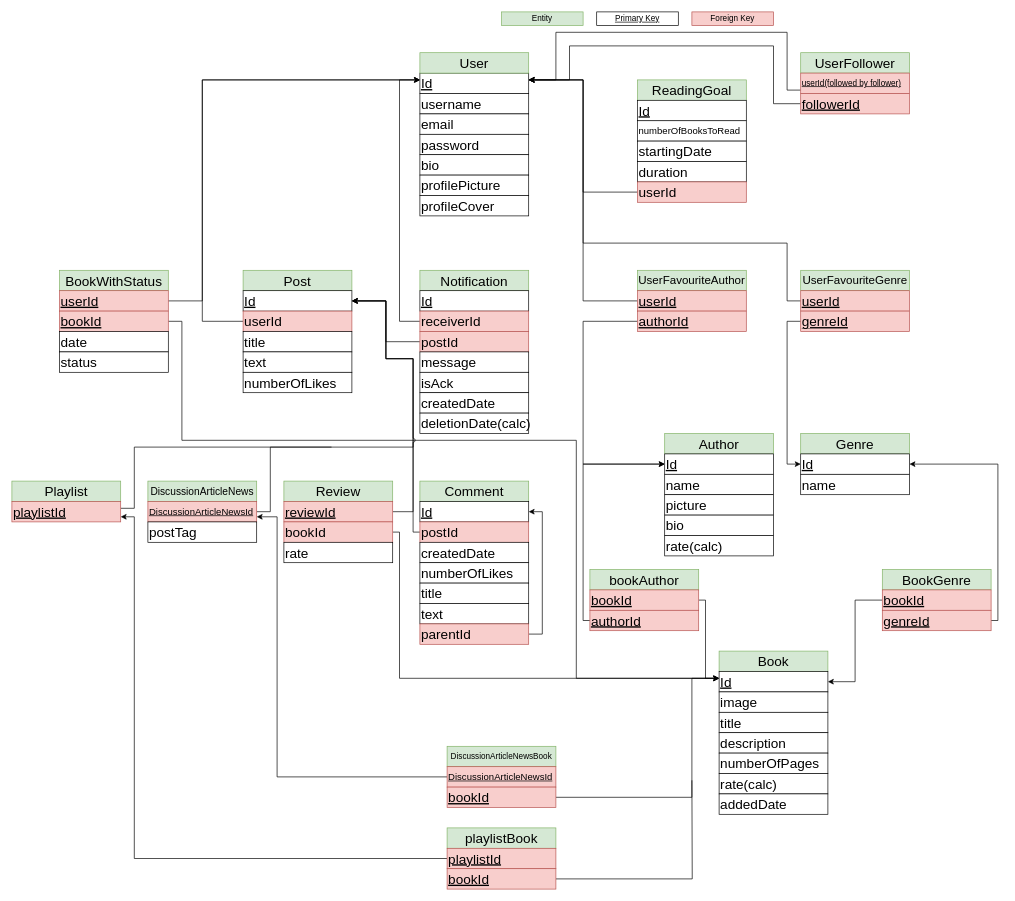
Earlier version of the draw.io diagram page "mapping digaram" (2 of 2) of diagrams.drawio (Yaqra/YaqraApi). Source tidied: cells renumbered, new cells numbered last; positions are measured from the earlier drawing's top-left corner, leaving out a move shared by most shapes. Both pictures are drawn from the tidied source at 68%, with x=0, y=0 at pixel (12, 12).
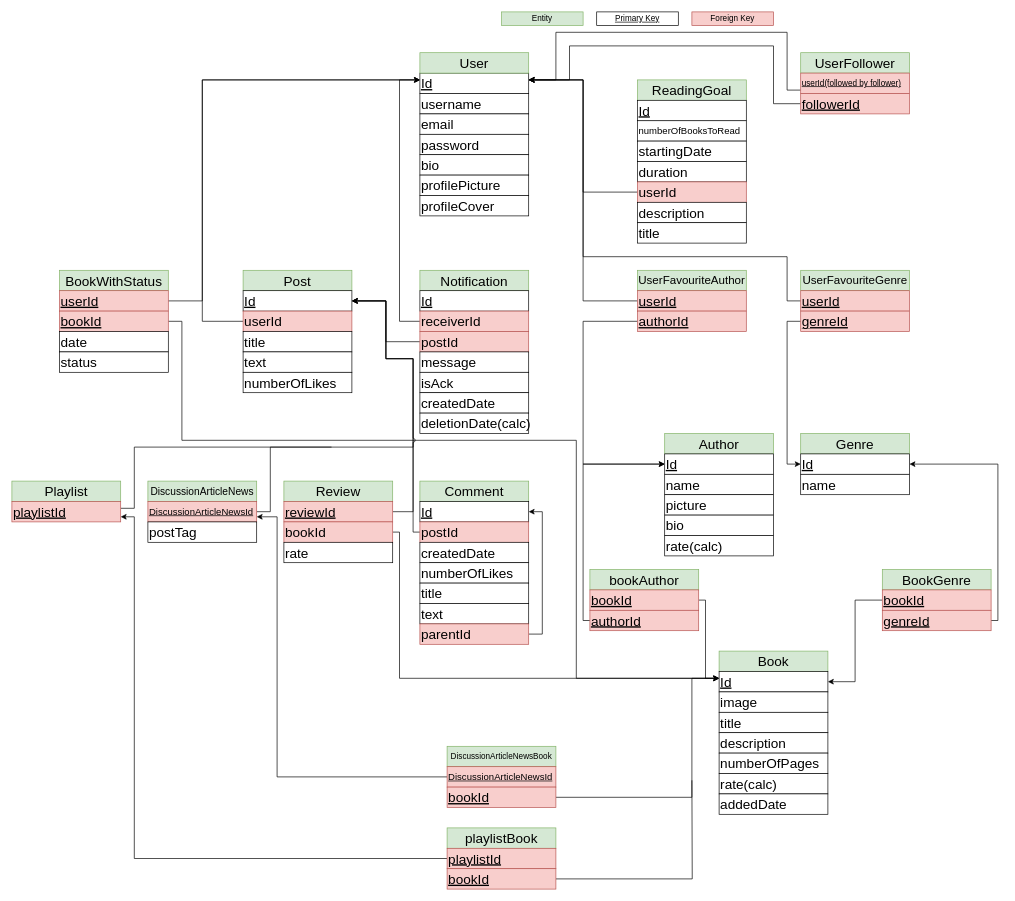
The same page after the edit.

Unchanged cells that the change refers to:
```xml
<mxCell id="60" value="&lt;font style=&quot;font-size: 20px;&quot;&gt;&lt;u&gt;userId&lt;/u&gt;&lt;/font&gt;" style="rounded=0;whiteSpace=wrap;html=1;align=left;fillColor=#f8cecc;strokeColor=#b85450;" parent="1" vertex="1">
  <mxGeometry x="1160" y="410" width="160" height="30" as="geometry" />
</mxCell>
```

Change to the diagram source:
```diff
@@
     <mxCell id="59" style="edgeStyle=orthogonalEdgeStyle;rounded=0;jettySize=auto;html=1;" parent="1" edge="1" source="60">
       <mxGeometry relative="1" as="geometry">
         <mxPoint x="760" y="100" as="targetPoint" />
         <Array as="points">
           <mxPoint x="1140" y="425" />
-          <mxPoint x="1140" y="340" />
-          <mxPoint x="840" y="340" />
+          <mxPoint x="1140" y="360" />
+          <mxPoint x="840" y="360" />
           <mxPoint x="840" y="100" />
         </Array>
       </mxGeometry>
     </mxCell>
@@
+    <mxCell id="119" value="&lt;font style=&quot;font-size: 20px;&quot;&gt;description&lt;/font&gt;" style="rounded=0;whiteSpace=wrap;html=1;align=left;" parent="1" vertex="1">
+      <mxGeometry x="920" y="280" width="160" height="30" as="geometry" />
+    </mxCell>
+    <mxCell id="120" value="&lt;font style=&quot;font-size: 20px;&quot;&gt;title&lt;/font&gt;" style="rounded=0;whiteSpace=wrap;html=1;align=left;" parent="1" vertex="1">
+      <mxGeometry x="920" y="310" width="160" height="30" as="geometry" />
+    </mxCell>
```
